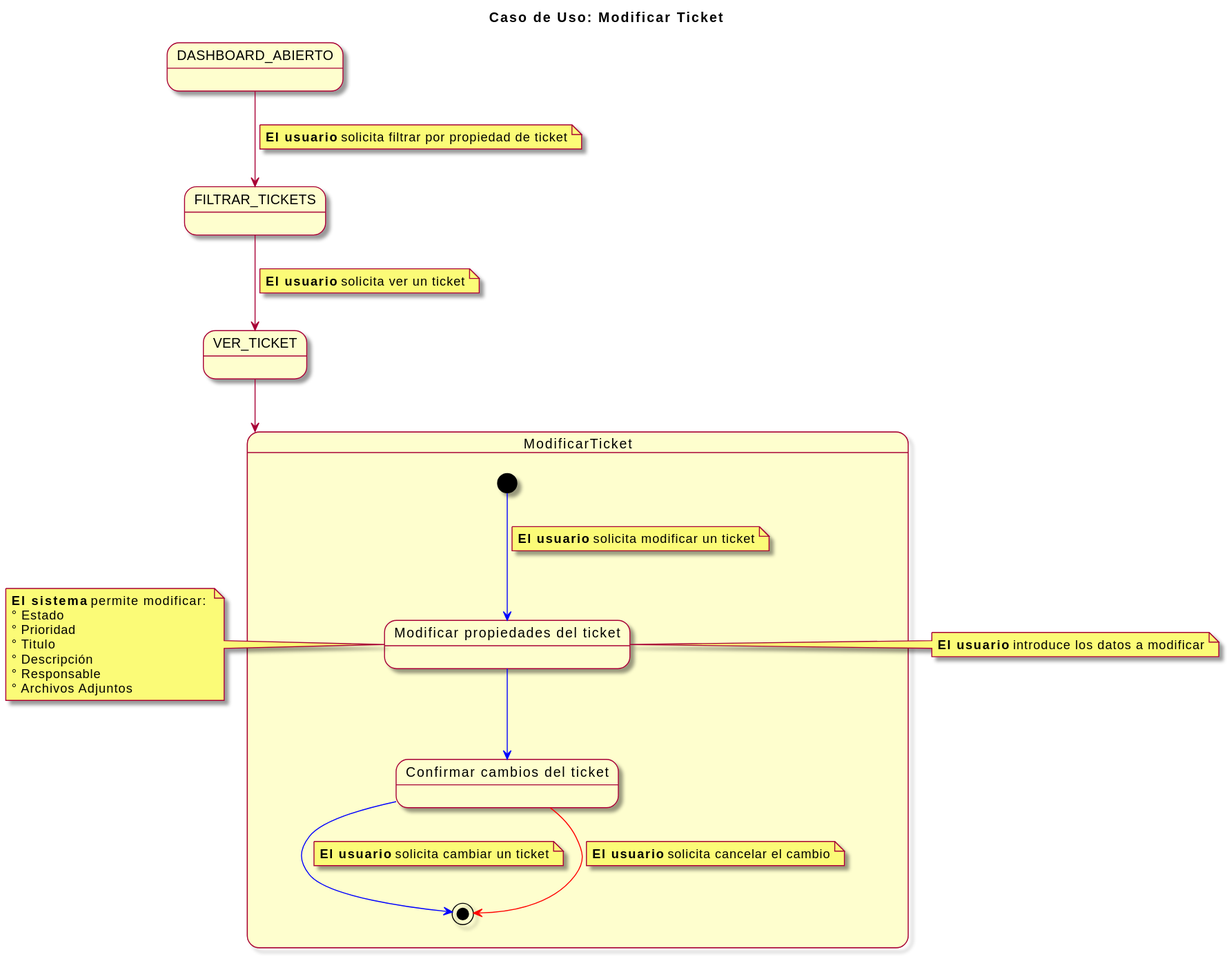
This is imagenes/modelosUML/CDUModificarTicket.svg from mmasias/23-24-IdSw1-SDR, a PlantUML export, as it was before one commit.
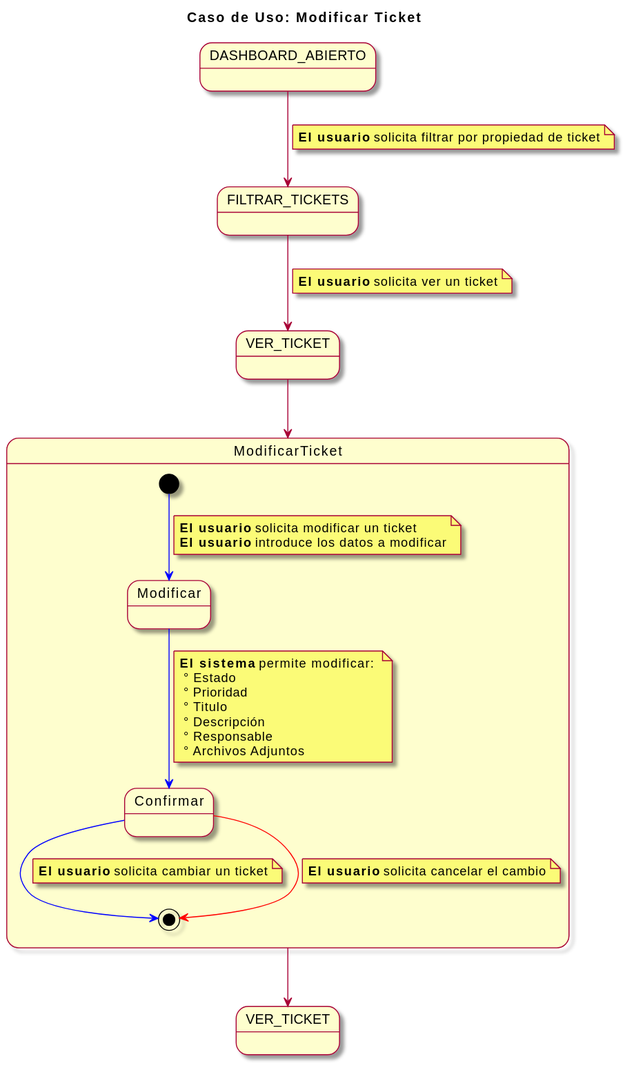
The same file after the commit.

Commit message:
cambios casosdetallados

The edit, as a diff of the source:
```diff
@@ -3,7 +3,7 @@
 title Caso de Uso: Modificar Ticket
 
 state DASHBOARD_ABIERTO
-state VER_TICKET
+state "VER_TICKET" as VER_TICKET2
 state FILTRAR_TICKETS
 
 DASHBOARD_ABIERTO --> FILTRAR_TICKETS
@@ -11,24 +11,21 @@
 FILTRAR_TICKETS --> VER_TICKET
 note on link: **El usuario** solicita ver un ticket
 VER_TICKET --> ModificarTicket
+ModificarTicket --> VER_TICKET2
+
 
 state ModificarTicket {
 
   [*] -[#blue]-> modificarTicket
-  note on link: **El usuario** solicita modificar un ticket
-  state "Modificar propiedades del ticket" as modificarTicket
+  note on link
+**El usuario** solicita modificar un ticket
+**El usuario** introduce los datos a modificar
+end note
+  state "Modificar" as modificarTicket
   modificarTicket -[#blue]-> confirmarCambios
-  state "Confirmar cambios del ticket" as confirmarCambios
-  confirmarCambios -[#blue]-> [*]
-  note on link: **El usuario** solicita cambiar un ticket
-  confirmarCambios -[#red]-> [*]
-  note on link: **El usuario** solicita cancelar el cambio
-
-}
-
-
-note left of modificarTicket
-  **El sistema** permite modificar:
+  state "Confirmar" as confirmarCambios
+note on link
+ **El sistema** permite modificar:
   ° Estado
   ° Prioridad
   ° Titulo
@@ -37,7 +34,10 @@
   ° Archivos Adjuntos
 end note
 
-note right of modificarTicket
-  **El usuario** introduce los datos a modificar
-end note
+  confirmarCambios -[#blue]-> [*]
+  note on link: **El usuario** solicita cambiar un ticket
+  confirmarCambios -[#red]-> [*]
+  note on link: **El usuario** solicita cancelar el cambio
+
+}
 @enduml
```
